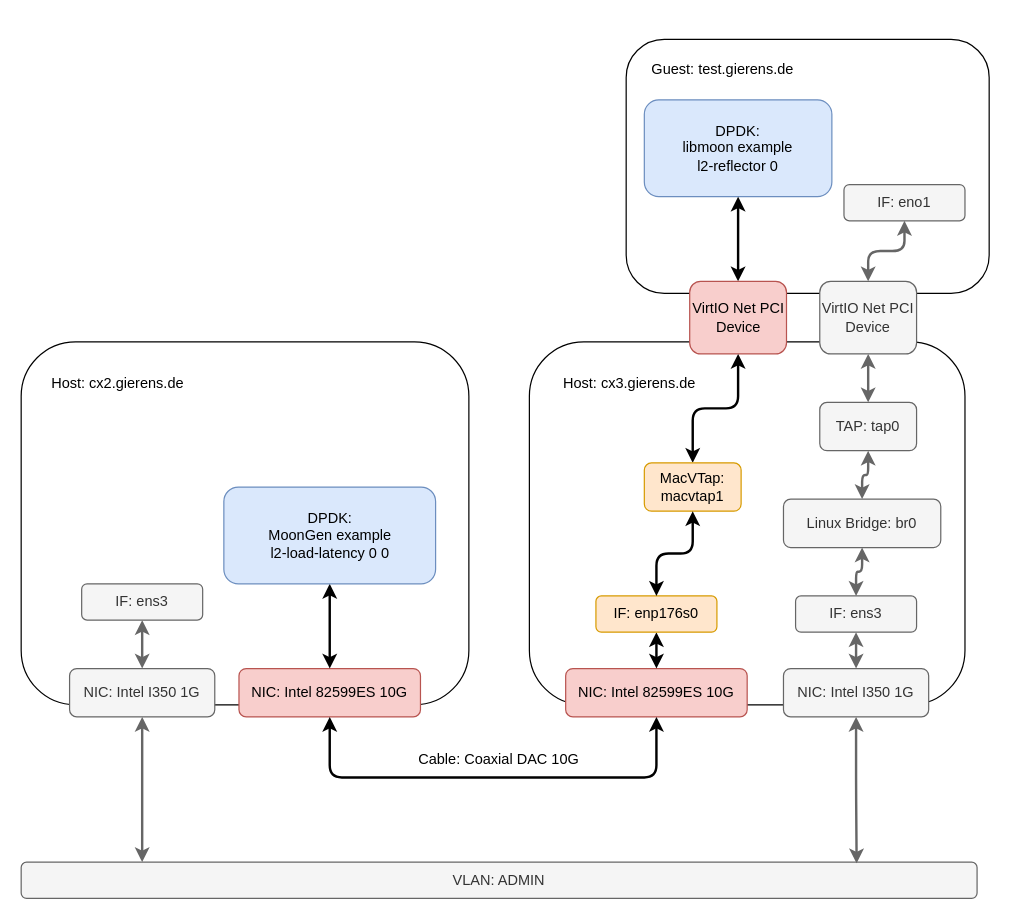
This is page "MacVTap VirtIO" (3 of 4) of testsystem.drawio from vmuxIO/diagrams, a draw.io file, before an edit. Source tidied: cells renumbered, new cells numbered last; positions are measured from the earlier drawing's top-left corner, leaving out a move shared by most shapes. Both pictures are drawn from the tidied source at 121%, with x=0, y=0 at pixel (21, 39).
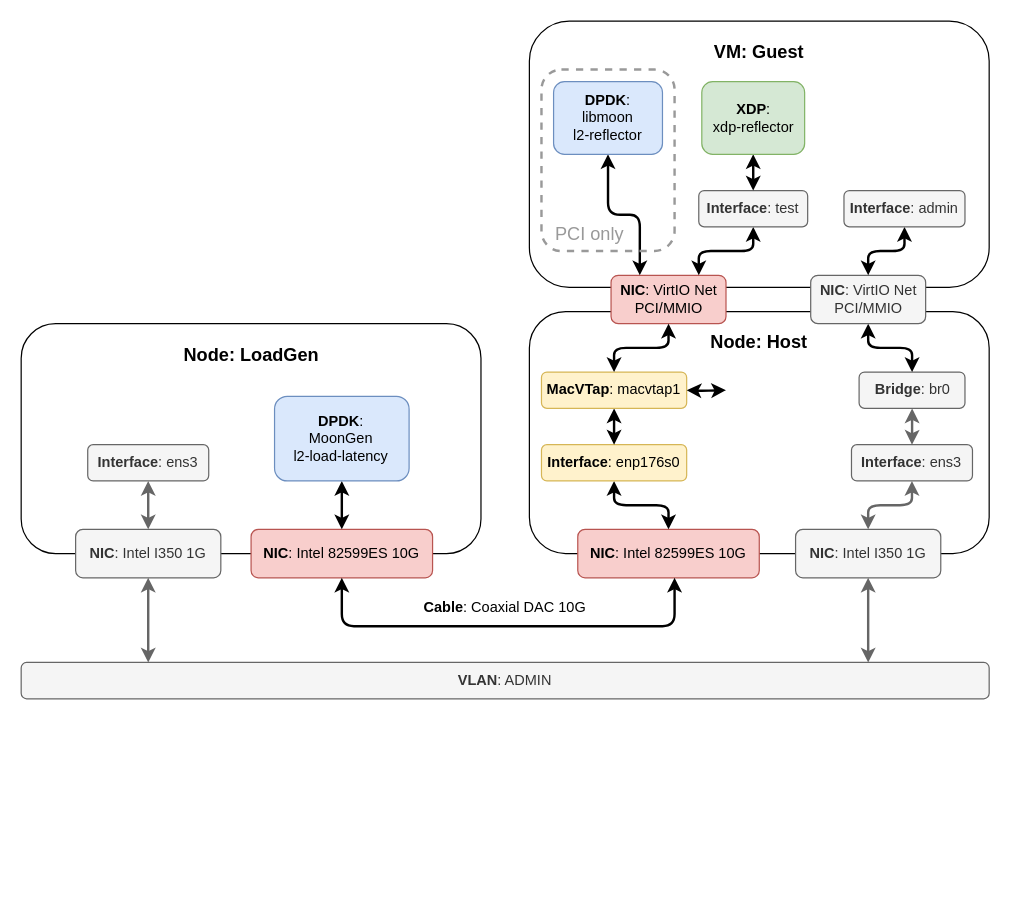
The same page after the edit.

What changed in the source:
```diff
@@
-    <mxCell id="0" />
-    <mxCell id="1" parent="0" />
-    <mxCell id="2" style="group;" parent="1" vertex="1">
-      <mxGeometry width="800" height="710" as="geometry" />
-    </mxCell>
-    <mxCell id="3" style="rounded=1;whiteSpace=wrap;html=1;" parent="2" vertex="1">
-      <mxGeometry y="250" width="370" height="300" as="geometry" />
-    </mxCell>
-    <mxCell id="4" value="Host: cx2.gierens.de" style="text;html=1;strokeColor=none;fillColor=none;align=center;verticalAlign=middle;whiteSpace=wrap;rounded=0;" parent="2" vertex="1">
-      <mxGeometry x="20" y="270" width="120" height="30" as="geometry" />
-    </mxCell>
-    <mxCell id="5" style="rounded=1;whiteSpace=wrap;html=1;" parent="2" vertex="1">
-      <mxGeometry x="420" y="250" width="360" height="300" as="geometry" />
-    </mxCell>
-    <mxCell id="6" value="Host: cx3.gierens.de" style="text;html=1;strokeColor=none;fillColor=none;align=center;verticalAlign=middle;whiteSpace=wrap;rounded=0;" parent="2" vertex="1">
-      <mxGeometry x="442.5" y="270" width="120" height="30" as="geometry" />
-    </mxCell>
-    <mxCell id="7" style="rounded=1;whiteSpace=wrap;html=1;" parent="2" vertex="1">
-      <mxGeometry x="500" width="300" height="210" as="geometry" />
-    </mxCell>
-    <mxCell id="8" value="Guest: test.gierens.de" style="text;html=1;strokeColor=none;fillColor=none;align=center;verticalAlign=middle;whiteSpace=wrap;rounded=0;" parent="2" vertex="1">
-      <mxGeometry x="515" y="10" width="130" height="30" as="geometry" />
-    </mxCell>
-    <mxCell id="9" value="VLAN: ADMIN" style="rounded=1;whiteSpace=wrap;html=1;fillColor=#f5f5f5;fontColor=#333333;strokeColor=#666666;" parent="2" vertex="1">
-      <mxGeometry y="680" width="790" height="30" as="geometry" />
-    </mxCell>
-    <mxCell id="10" style="edgeStyle=orthogonalEdgeStyle;rounded=1;jettySize=auto;html=1;startArrow=classic;startFill=1;strokeWidth=2;fillColor=#f5f5f5;strokeColor=#666666;" parent="2" edge="1" source="11" target="9">
-      <mxGeometry relative="1" as="geometry">
-        <Array as="points">
-          <mxPoint x="260" y="690" />
-          <mxPoint x="260" y="690" />
-        </Array>
-      </mxGeometry>
-    </mxCell>
-    <mxCell id="11" value="NIC: Intel I350 1G" style="rounded=1;whiteSpace=wrap;html=1;fillColor=#f5f5f5;fontColor=#333333;strokeColor=#666666;" parent="2" vertex="1">
-      <mxGeometry x="40" y="520" width="120" height="40" as="geometry" />
-    </mxCell>
-    <mxCell id="12" style="edgeStyle=orthogonalEdgeStyle;rounded=1;jettySize=auto;html=1;entryX=0.874;entryY=0.033;entryDx=0;entryDy=0;entryPerimeter=0;startArrow=classic;startFill=1;strokeWidth=2;fillColor=#f5f5f5;strokeColor=#666666;" parent="2" edge="1" source="13" target="9">
-      <mxGeometry relative="1" as="geometry" />
-    </mxCell>
-    <mxCell id="13" value="NIC: Intel I350 1G" style="rounded=1;whiteSpace=wrap;html=1;fillColor=#f5f5f5;fontColor=#333333;strokeColor=#666666;" parent="2" vertex="1">
-      <mxGeometry x="630" y="520" width="120" height="40" as="geometry" />
-    </mxCell>
-    <mxCell id="14" value="NIC: Intel 82599ES 10G" style="rounded=1;whiteSpace=wrap;html=1;fillColor=#f8cecc;strokeColor=#b85450;" parent="2" vertex="1">
-      <mxGeometry x="180" y="520" width="150" height="40" as="geometry" />
-    </mxCell>
-    <mxCell id="15" value="NIC: Intel 82599ES 10G" style="rounded=1;whiteSpace=wrap;html=1;fillColor=#f8cecc;strokeColor=#b85450;" parent="2" vertex="1">
-      <mxGeometry x="450" y="520" width="150" height="40" as="geometry" />
-    </mxCell>
-    <mxCell id="16" style="edgeStyle=orthogonalEdgeStyle;rounded=1;jettySize=auto;html=1;exitX=0.5;exitY=1;exitDx=0;exitDy=0;startArrow=classic;startFill=1;strokeWidth=2;entryX=0.5;entryY=1;entryDx=0;entryDy=0;" parent="2" edge="1" source="14" target="15">
-      <mxGeometry relative="1" as="geometry">
-        <Array as="points">
-          <mxPoint x="255" y="610" />
-          <mxPoint x="525" y="610" />
-        </Array>
-      </mxGeometry>
-    </mxCell>
-    <mxCell id="17" value="Cable: Coaxial DAC 10G" style="text;html=1;align=center;verticalAlign=middle;whiteSpace=wrap;rounded=0;" parent="2" vertex="1">
-      <mxGeometry x="325" y="580" width="140" height="30" as="geometry" />
-    </mxCell>
-    <mxCell id="18" style="edgeStyle=orthogonalEdgeStyle;rounded=1;jettySize=auto;html=1;startArrow=classic;startFill=1;strokeWidth=2;fillColor=#f5f5f5;strokeColor=#666666;" parent="2" edge="1" source="19" target="11">
-      <mxGeometry relative="1" as="geometry" />
-    </mxCell>
-    <mxCell id="19" value="IF: ens3" style="rounded=1;whiteSpace=wrap;html=1;fillColor=#f5f5f5;fontColor=#333333;strokeColor=#666666;" parent="2" vertex="1">
-      <mxGeometry x="50" y="450" width="100" height="30" as="geometry" />
-    </mxCell>
-    <mxCell id="20" style="edgeStyle=orthogonalEdgeStyle;rounded=1;jettySize=auto;html=1;startArrow=classic;startFill=1;strokeWidth=2;" parent="2" edge="1" source="21" target="15">
-      <mxGeometry relative="1" as="geometry" />
-    </mxCell>
-    <mxCell id="21" value="IF: enp176s0" style="rounded=1;whiteSpace=wrap;html=1;fillColor=#ffe6cc;strokeColor=#d79b00;" parent="2" vertex="1">
-      <mxGeometry x="475" y="460" width="100" height="30" as="geometry" />
-    </mxCell>
-    <mxCell id="22" style="edgeStyle=orthogonalEdgeStyle;rounded=1;jettySize=auto;html=1;startArrow=classic;startFill=1;strokeWidth=2;fillColor=#f5f5f5;strokeColor=#666666;" parent="2" edge="1" source="23" target="13">
-      <mxGeometry relative="1" as="geometry" />
-    </mxCell>
-    <mxCell id="23" value="IF: ens3" style="rounded=1;whiteSpace=wrap;html=1;fillColor=#f5f5f5;fontColor=#333333;strokeColor=#666666;" parent="2" vertex="1">
-      <mxGeometry x="640" y="460" width="100" height="30" as="geometry" />
-    </mxCell>
-    <mxCell id="24" style="edgeStyle=orthogonalEdgeStyle;rounded=1;jettySize=auto;html=1;startArrow=classic;startFill=1;strokeWidth=2;" parent="2" edge="1" source="25" target="14">
-      <mxGeometry relative="1" as="geometry" />
-    </mxCell>
-    <mxCell id="25" value="&lt;div&gt;DPDK: &lt;br&gt;&lt;/div&gt;&lt;div&gt;MoonGen example&lt;/div&gt;&lt;div&gt;l2-load-latency 0 0&lt;br&gt;&lt;/div&gt;" style="rounded=1;whiteSpace=wrap;html=1;fillColor=#dae8fc;strokeColor=#6c8ebf;" parent="2" vertex="1">
-      <mxGeometry x="167.5" y="370" width="175" height="80" as="geometry" />
-    </mxCell>
-    <mxCell id="26" value="&lt;div&gt;DPDK: &lt;br&gt;&lt;/div&gt;&lt;div&gt;libmoon example&lt;/div&gt;&lt;div&gt;l2-reflector 0&lt;br&gt;&lt;/div&gt;" style="rounded=1;whiteSpace=wrap;html=1;fillColor=#dae8fc;strokeColor=#6c8ebf;" parent="2" vertex="1">
-      <mxGeometry x="515" y="50" width="155" height="80" as="geometry" />
-    </mxCell>
-    <mxCell id="27" value="VirtIO Net PCI Device" style="rounded=1;whiteSpace=wrap;html=1;fillColor=#f5f5f5;fontColor=#333333;strokeColor=#666666;" parent="2" vertex="1">
-      <mxGeometry x="660" y="200" width="80" height="60" as="geometry" />
-    </mxCell>
-    <mxCell id="28" style="edgeStyle=orthogonalEdgeStyle;rounded=1;jettySize=auto;html=1;startArrow=classic;startFill=1;strokeWidth=2;" parent="2" edge="1" source="29" target="26">
-      <mxGeometry relative="1" as="geometry" />
-    </mxCell>
-    <mxCell id="29" value="VirtIO Net PCI Device" style="rounded=1;whiteSpace=wrap;html=1;fillColor=#f8cecc;strokeColor=#b85450;" parent="2" vertex="1">
-      <mxGeometry x="552.5" y="200" width="80" height="60" as="geometry" />
-    </mxCell>
-    <mxCell id="30" value="IF: eno1" style="rounded=1;whiteSpace=wrap;html=1;fillColor=#f5f5f5;fontColor=#333333;strokeColor=#666666;" parent="2" vertex="1">
-      <mxGeometry x="680" y="120" width="100" height="30" as="geometry" />
-    </mxCell>
-    <mxCell id="31" style="edgeStyle=orthogonalEdgeStyle;rounded=1;jettySize=auto;html=1;startArrow=classic;startFill=1;strokeWidth=2;fillColor=#f5f5f5;strokeColor=#666666;" parent="2" edge="1" source="30" target="27">
-      <mxGeometry relative="1" as="geometry" />
-    </mxCell>
-    <mxCell id="32" style="edgeStyle=orthogonalEdgeStyle;rounded=1;jettySize=auto;html=1;startArrow=classic;startFill=1;strokeWidth=2;fillColor=#f5f5f5;strokeColor=#666666;" parent="2" edge="1" source="33" target="27">
-      <mxGeometry relative="1" as="geometry" />
-    </mxCell>
-    <mxCell id="33" value="TAP: tap0" style="rounded=1;whiteSpace=wrap;html=1;fillColor=#f5f5f5;fontColor=#333333;strokeColor=#666666;" parent="2" vertex="1">
-      <mxGeometry x="660" y="300" width="80" height="40" as="geometry" />
-    </mxCell>
-    <mxCell id="34" style="edgeStyle=orthogonalEdgeStyle;rounded=1;jettySize=auto;html=1;entryX=0.5;entryY=1;entryDx=0;entryDy=0;startArrow=classic;startFill=1;strokeWidth=2;" parent="2" edge="1" source="35" target="29">
-      <mxGeometry relative="1" as="geometry" />
-    </mxCell>
-    <mxCell id="35" value="MacVTap: macvtap1" style="rounded=1;whiteSpace=wrap;html=1;fillColor=#ffe6cc;strokeColor=#d79b00;" parent="2" vertex="1">
-      <mxGeometry x="515" y="350" width="80" height="40" as="geometry" />
-    </mxCell>
-    <mxCell id="36" style="edgeStyle=orthogonalEdgeStyle;rounded=1;jettySize=auto;html=1;startArrow=classic;startFill=1;strokeWidth=2;" parent="2" edge="1" source="21" target="35">
-      <mxGeometry relative="1" as="geometry" />
-    </mxCell>
-    <mxCell id="37" style="edgeStyle=orthogonalEdgeStyle;rounded=1;jettySize=auto;html=1;startArrow=classic;startFill=1;strokeWidth=2;fillColor=#f5f5f5;strokeColor=#666666;" parent="2" edge="1" source="39" target="33">
-      <mxGeometry relative="1" as="geometry" />
-    </mxCell>
-    <mxCell id="38" style="edgeStyle=orthogonalEdgeStyle;rounded=1;jettySize=auto;html=1;startArrow=classic;startFill=1;strokeWidth=2;fillColor=#f5f5f5;strokeColor=#666666;" parent="2" edge="1" source="39" target="23">
-      <mxGeometry relative="1" as="geometry" />
-    </mxCell>
-    <mxCell id="39" value="Linux Bridge: br0" style="rounded=1;whiteSpace=wrap;html=1;fillColor=#f5f5f5;fontColor=#333333;strokeColor=#666666;" parent="2" vertex="1">
-      <mxGeometry x="630" y="380" width="130" height="40" as="geometry" />
-    </mxCell>
+    <mxCell id="40" />
+    <mxCell id="41" parent="40" />
+    <mxCell id="42" style="group;" parent="41" vertex="1">
+      <mxGeometry y="-15" width="800" height="560" as="geometry" />
+    </mxCell>
+    <mxCell id="43" style="rounded=1;whiteSpace=wrap;html=1;" parent="42" vertex="1">
+      <mxGeometry x="420" width="380" height="220" as="geometry" />
+    </mxCell>
+    <mxCell id="44" value="VM: Guest" style="text;html=1;strokeColor=none;fillColor=none;align=center;verticalAlign=middle;whiteSpace=wrap;rounded=0;fontStyle=1;fontSize=15;" parent="42" vertex="1">
+      <mxGeometry x="440" y="10" width="340" height="30" as="geometry" />
+    </mxCell>
+    <mxCell id="45" style="rounded=1;whiteSpace=wrap;html=1;" parent="42" vertex="1">
+      <mxGeometry y="250" width="380" height="190" as="geometry" />
+    </mxCell>
+    <mxCell id="46" value="Node: LoadGen" style="text;html=1;strokeColor=none;fillColor=none;align=center;verticalAlign=middle;whiteSpace=wrap;rounded=0;fontStyle=1;fontSize=15;" parent="42" vertex="1">
+      <mxGeometry x="27.5" y="260" width="325" height="30" as="geometry" />
+    </mxCell>
+    <mxCell id="47" style="rounded=1;whiteSpace=wrap;html=1;" parent="42" vertex="1">
+      <mxGeometry x="420" y="240" width="380" height="200" as="geometry" />
+    </mxCell>
+    <mxCell id="48" value="Node: Host" style="text;html=1;strokeColor=none;fillColor=none;align=center;verticalAlign=middle;whiteSpace=wrap;rounded=0;fontStyle=1;fontSize=15;" parent="42" vertex="1">
+      <mxGeometry x="440" y="250" width="340" height="30" as="geometry" />
+    </mxCell>
+    <mxCell id="49" value="&lt;b&gt;VLAN&lt;/b&gt;: ADMIN" style="rounded=1;whiteSpace=wrap;html=1;fillColor=#f5f5f5;fontColor=#333333;strokeColor=#666666;" parent="42" vertex="1">
+      <mxGeometry y="530" width="800" height="30" as="geometry" />
+    </mxCell>
+    <mxCell id="50" style="edgeStyle=orthogonalEdgeStyle;rounded=1;jettySize=auto;html=1;startArrow=classic;startFill=1;strokeWidth=2;fillColor=#f5f5f5;strokeColor=#666666;" parent="42" edge="1" source="51">
+      <mxGeometry relative="1" as="geometry">
+        <mxPoint x="105" y="530" as="targetPoint" />
+        <Array as="points">
+          <mxPoint x="105" y="530" />
+        </Array>
+      </mxGeometry>
+    </mxCell>
+    <mxCell id="51" value="&lt;b&gt;NIC&lt;/b&gt;: Intel I350 1G" style="rounded=1;whiteSpace=wrap;html=1;fillColor=#f5f5f5;fontColor=#333333;strokeColor=#666666;" parent="42" vertex="1">
+      <mxGeometry x="45" y="420" width="120" height="40" as="geometry" />
+    </mxCell>
+    <mxCell id="52" style="edgeStyle=orthogonalEdgeStyle;rounded=1;jettySize=auto;html=1;startArrow=classic;startFill=1;strokeWidth=2;fillColor=#f5f5f5;strokeColor=#666666;" parent="42" edge="1" source="53" target="49">
+      <mxGeometry relative="1" as="geometry">
+        <Array as="points">
+          <mxPoint x="700" y="560" />
+          <mxPoint x="700" y="560" />
+        </Array>
+      </mxGeometry>
+    </mxCell>
+    <mxCell id="53" value="&lt;b&gt;NIC&lt;/b&gt;: Intel I350 1G" style="rounded=1;whiteSpace=wrap;html=1;fillColor=#f5f5f5;fontColor=#333333;strokeColor=#666666;" parent="42" vertex="1">
+      <mxGeometry x="640" y="420" width="120" height="40" as="geometry" />
+    </mxCell>
+    <mxCell id="54" value="&lt;b&gt;NIC&lt;/b&gt;: Intel 82599ES 10G" style="rounded=1;whiteSpace=wrap;html=1;fillColor=#f8cecc;strokeColor=#b85450;" parent="42" vertex="1">
+      <mxGeometry x="190" y="420" width="150" height="40" as="geometry" />
+    </mxCell>
+    <mxCell id="55" value="&lt;b&gt;NIC&lt;/b&gt;: Intel 82599ES 10G" style="rounded=1;whiteSpace=wrap;html=1;fillColor=#f8cecc;strokeColor=#b85450;" parent="42" vertex="1">
+      <mxGeometry x="460" y="420" width="150" height="40" as="geometry" />
+    </mxCell>
+    <mxCell id="56" style="edgeStyle=orthogonalEdgeStyle;rounded=1;jettySize=auto;html=1;exitX=0.5;exitY=1;exitDx=0;exitDy=0;startArrow=classic;startFill=1;strokeWidth=2;" parent="42" edge="1" source="54" target="55">
+      <mxGeometry relative="1" as="geometry">
+        <Array as="points">
+          <mxPoint x="265" y="500" />
+          <mxPoint x="540" y="500" />
+        </Array>
+      </mxGeometry>
+    </mxCell>
+    <mxCell id="57" value="&lt;b&gt;Cable&lt;/b&gt;: Coaxial DAC 10G" style="text;html=1;align=center;verticalAlign=middle;whiteSpace=wrap;rounded=0;" parent="42" vertex="1">
+      <mxGeometry x="330" y="470" width="140" height="30" as="geometry" />
+    </mxCell>
+    <mxCell id="58" style="edgeStyle=orthogonalEdgeStyle;rounded=1;jettySize=auto;html=1;startArrow=classic;startFill=1;strokeWidth=2;fillColor=#f5f5f5;strokeColor=#666666;" parent="42" edge="1" source="59" target="51">
+      <mxGeometry relative="1" as="geometry" />
+    </mxCell>
+    <mxCell id="59" value="&lt;b&gt;Interface&lt;/b&gt;: ens3" style="rounded=1;whiteSpace=wrap;html=1;fillColor=#f5f5f5;fontColor=#333333;strokeColor=#666666;" parent="42" vertex="1">
+      <mxGeometry x="55" y="350" width="100" height="30" as="geometry" />
+    </mxCell>
+    <mxCell id="60" style="edgeStyle=orthogonalEdgeStyle;rounded=1;jettySize=auto;html=1;startArrow=classic;startFill=1;strokeWidth=2;fillColor=#f5f5f5;strokeColor=#666666;" parent="42" edge="1" source="61" target="53">
+      <mxGeometry relative="1" as="geometry" />
+    </mxCell>
+    <mxCell id="61" value="&lt;b&gt;Interface&lt;/b&gt;: ens3" style="rounded=1;whiteSpace=wrap;html=1;fillColor=#f5f5f5;fontColor=#333333;strokeColor=#666666;" parent="42" vertex="1">
+      <mxGeometry x="686.2" y="350" width="100" height="30" as="geometry" />
+    </mxCell>
+    <mxCell id="62" style="edgeStyle=orthogonalEdgeStyle;rounded=1;jettySize=auto;html=1;startArrow=classic;startFill=1;strokeWidth=2;" parent="42" edge="1" source="63" target="54">
+      <mxGeometry relative="1" as="geometry" />
+    </mxCell>
+    <mxCell id="63" value="&lt;div&gt;&lt;b&gt;DPDK&lt;/b&gt;:&lt;b&gt; &lt;/b&gt;&lt;br&gt;&lt;/div&gt;&lt;div&gt;MoonGen&lt;/div&gt;&lt;div&gt;l2-load-latency&lt;br&gt;&lt;/div&gt;" style="rounded=1;whiteSpace=wrap;html=1;fillColor=#dae8fc;strokeColor=#6c8ebf;" parent="42" vertex="1">
+      <mxGeometry x="209.4" y="310" width="111.2" height="70" as="geometry" />
+    </mxCell>
+    <mxCell id="64" style="edgeStyle=orthogonalEdgeStyle;rounded=1;jettySize=auto;html=1;startArrow=classic;startFill=1;strokeWidth=2;fillColor=#f5f5f5;strokeColor=#666666;" parent="42" edge="1" source="65" target="61">
+      <mxGeometry relative="1" as="geometry" />
+    </mxCell>
+    <mxCell id="65" value="&lt;b&gt;Bridge&lt;/b&gt;: br0" style="rounded=1;whiteSpace=wrap;html=1;fillColor=#f5f5f5;fontColor=#333333;strokeColor=#666666;" parent="42" vertex="1">
+      <mxGeometry x="692.5" y="290" width="87.5" height="30" as="geometry" />
+    </mxCell>
+    <mxCell id="66" style="edgeStyle=orthogonalEdgeStyle;rounded=1;jettySize=auto;html=1;fontSize=15;strokeWidth=2;startArrow=classic;startFill=1;entryX=0.5;entryY=0;entryDx=0;entryDy=0;" parent="42" edge="1" source="67" target="55">
+      <mxGeometry relative="1" as="geometry" />
+    </mxCell>
+    <mxCell id="67" value="&lt;b&gt;Interface&lt;/b&gt;: enp176s0" style="rounded=1;whiteSpace=wrap;html=1;fillColor=#fff2cc;strokeColor=#d6b656;" parent="42" vertex="1">
+      <mxGeometry x="430" y="350" width="120" height="30" as="geometry" />
+    </mxCell>
+    <mxCell id="68" style="edgeStyle=orthogonalEdgeStyle;rounded=1;jettySize=auto;html=1;fontSize=15;startArrow=classic;startFill=1;strokeWidth=2;exitX=0.5;exitY=1;exitDx=0;exitDy=0;" parent="42" edge="1" source="82" target="67">
+      <mxGeometry relative="1" as="geometry" />
+    </mxCell>
+    <mxCell id="69" value="&lt;b&gt;NIC&lt;/b&gt;: VirtIO Net PCI/MMIO" style="rounded=1;whiteSpace=wrap;html=1;fillColor=#f8cecc;strokeColor=#b85450;" parent="42" vertex="1">
+      <mxGeometry x="487.5" y="210" width="95" height="40" as="geometry" />
+    </mxCell>
+    <mxCell id="70" style="edgeStyle=orthogonalEdgeStyle;rounded=1;jettySize=auto;html=1;fontSize=15;startArrow=classic;startFill=1;strokeWidth=2;" parent="42" edge="1" source="71" target="65">
+      <mxGeometry relative="1" as="geometry" />
+    </mxCell>
+    <mxCell id="71" value="&lt;b&gt;NIC&lt;/b&gt;: VirtIO Net PCI/MMIO" style="rounded=1;whiteSpace=wrap;html=1;fillColor=#f5f5f5;strokeColor=#666666;fontColor=#333333;" parent="42" vertex="1">
+      <mxGeometry x="652.5" y="210" width="95" height="40" as="geometry" />
+    </mxCell>
+    <mxCell id="72" style="edgeStyle=orthogonalEdgeStyle;rounded=1;jettySize=auto;html=1;entryX=0.5;entryY=0;entryDx=0;entryDy=0;fontSize=15;startArrow=classic;startFill=1;strokeWidth=2;" parent="42" edge="1" source="73" target="71">
+      <mxGeometry relative="1" as="geometry" />
+    </mxCell>
+    <mxCell id="73" value="&lt;b&gt;Interface&lt;/b&gt;: admin" style="rounded=1;whiteSpace=wrap;html=1;fillColor=#f5f5f5;fontColor=#333333;strokeColor=#666666;" parent="42" vertex="1">
+      <mxGeometry x="680" y="140" width="100" height="30" as="geometry" />
+    </mxCell>
+    <mxCell id="74" style="edgeStyle=orthogonalEdgeStyle;rounded=1;jettySize=auto;html=1;fontSize=15;startArrow=classic;startFill=1;strokeWidth=2;" parent="42" edge="1" source="75" target="69">
+      <mxGeometry relative="1" as="geometry">
+        <Array as="points">
+          <mxPoint x="605" y="190" />
+          <mxPoint x="560" y="190" />
+        </Array>
+      </mxGeometry>
+    </mxCell>
+    <mxCell id="75" value="&lt;b&gt;Interface&lt;/b&gt;: test" style="rounded=1;whiteSpace=wrap;html=1;fillColor=#f5f5f5;fontColor=#333333;strokeColor=#666666;" parent="42" vertex="1">
+      <mxGeometry x="560" y="140" width="90" height="30" as="geometry" />
+    </mxCell>
+    <mxCell id="76" style="edgeStyle=orthogonalEdgeStyle;rounded=1;jettySize=auto;html=1;entryX=0.25;entryY=0;entryDx=0;entryDy=0;fontSize=15;startArrow=classic;startFill=1;strokeWidth=2;" parent="42" edge="1" source="80" target="69">
+      <mxGeometry relative="1" as="geometry" />
+    </mxCell>
+    <mxCell id="77" style="edgeStyle=orthogonalEdgeStyle;rounded=1;jettySize=auto;html=1;fontSize=15;startArrow=classic;startFill=1;strokeWidth=2;" parent="42" edge="1" source="78" target="75">
+      <mxGeometry relative="1" as="geometry" />
+    </mxCell>
+    <mxCell id="78" value="&lt;div&gt;&lt;b&gt;XDP&lt;/b&gt;: &lt;b&gt;&lt;br&gt;&lt;/b&gt;&lt;/div&gt;&lt;div&gt;xdp-reflector&lt;br&gt;&lt;/div&gt;" style="rounded=1;whiteSpace=wrap;html=1;fillColor=#d5e8d4;strokeColor=#82b366;" parent="42" vertex="1">
+      <mxGeometry x="562.5" y="50" width="85" height="60" as="geometry" />
+    </mxCell>
+    <mxCell id="79" style="rounded=1;whiteSpace=wrap;html=1;fontSize=15;fillColor=none;dashed=1;strokeWidth=2;strokeColor=#999999;" parent="42" vertex="1">
+      <mxGeometry x="430" y="40" width="110" height="150" as="geometry" />
+    </mxCell>
+    <mxCell id="80" value="&lt;div&gt;&lt;b&gt;DPDK&lt;/b&gt;: &lt;b&gt;&lt;br&gt;&lt;/b&gt;&lt;/div&gt;&lt;div&gt;libmoon&lt;br&gt;&lt;/div&gt;&lt;div&gt;l2-reflector&lt;br&gt;&lt;/div&gt;" style="rounded=1;whiteSpace=wrap;html=1;fillColor=#dae8fc;strokeColor=#6c8ebf;" parent="42" vertex="1">
+      <mxGeometry x="440" y="50" width="90" height="60" as="geometry" />
+    </mxCell>
+    <mxCell id="81" value="&lt;font color=&quot;#999999&quot;&gt;PCI only&lt;/font&gt;" style="text;html=1;strokeColor=none;fillColor=none;align=center;verticalAlign=middle;whiteSpace=wrap;rounded=0;dashed=1;fontSize=15;" parent="42" vertex="1">
+      <mxGeometry x="440" y="160" width="60" height="30" as="geometry" />
+    </mxCell>
+    <mxCell id="82" value="&lt;b&gt;MacVTap&lt;/b&gt;: macvtap1" style="rounded=1;whiteSpace=wrap;html=1;fillColor=#fff2cc;strokeColor=#d6b656;" parent="42" vertex="1">
+      <mxGeometry x="430" y="290" width="120" height="30" as="geometry" />
+    </mxCell>
+    <mxCell id="83" style="edgeStyle=orthogonalEdgeStyle;rounded=1;jettySize=auto;html=1;entryX=0.5;entryY=0;entryDx=0;entryDy=0;fontSize=15;startArrow=classic;startFill=1;strokeWidth=2;" parent="42" edge="1" source="69" target="82">
+      <mxGeometry relative="1" as="geometry" />
+    </mxCell>
+    <mxCell id="84" style="edgeStyle=orthogonalEdgeStyle;rounded=1;jettySize=auto;html=1;fontSize=15;fontColor=#999999;startArrow=classic;startFill=1;strokeWidth=2;" parent="42" edge="1" target="82">
+      <mxGeometry relative="1" as="geometry">
+        <mxPoint x="582.5" y="305" as="sourcePoint" />
+      </mxGeometry>
+    </mxCell>
```
